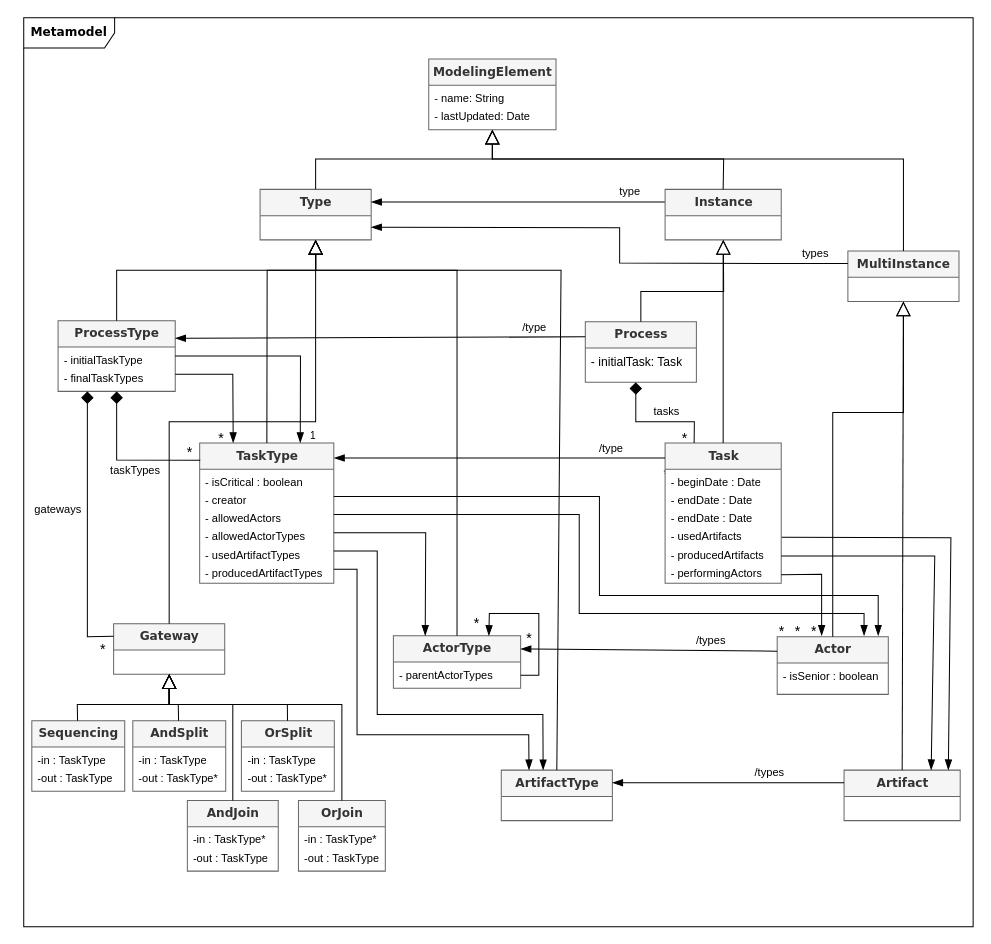
The draw.io diagram Figures/Metamodel.drawio in labsticc-p4s/multi-process-challenge, before the edit. Source tidied: cells renumbered, new cells numbered last; positions are measured from the earlier drawing's top-left corner, leaving out a move shared by most shapes. Both pictures are drawn from the tidied source at 101%, with x=0, y=0 at pixel (23, 17).
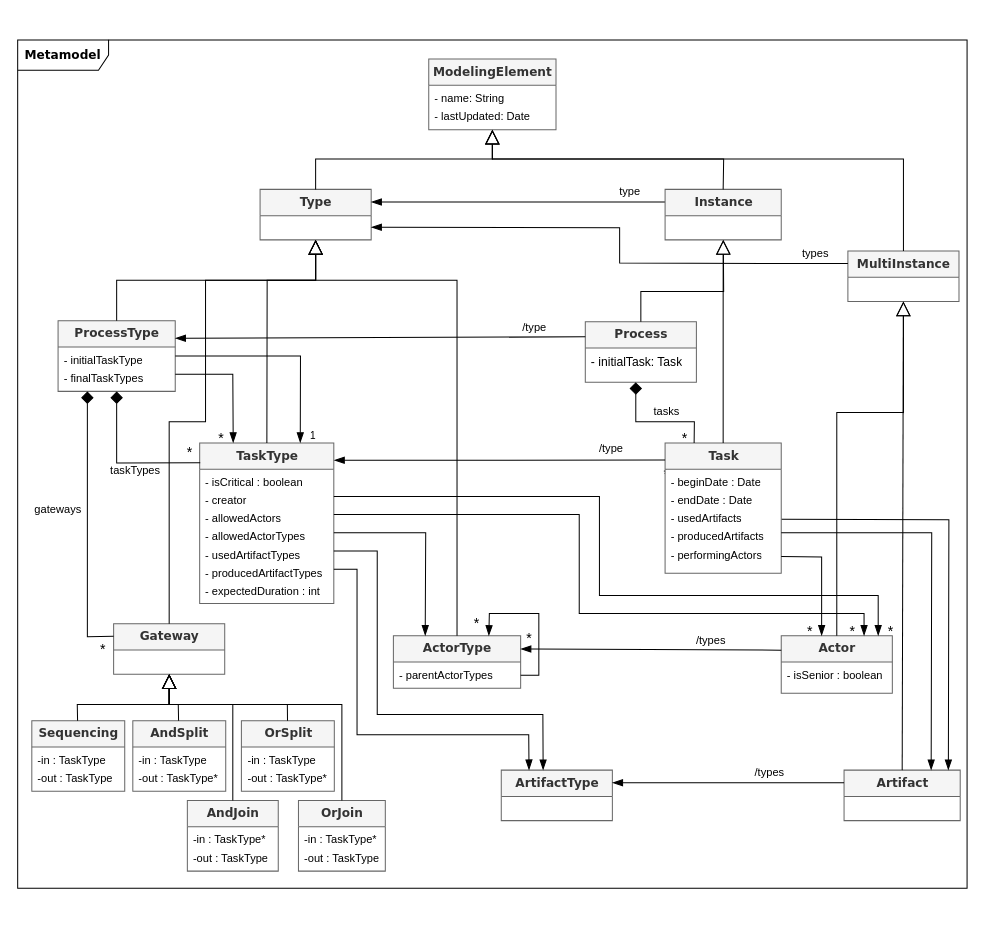
The same page after the edit.

Unchanged cells that the change refers to:
```xml
<mxCell id="15" value="&lt;font style=&quot;font-size: 12px&quot;&gt;&lt;b&gt;Type&lt;/b&gt;&lt;/font&gt;" style="swimlane;html=1;fontStyle=0;horizontal=1;startSize=26;fillColor=#f5f5f5;swimlaneFillColor=#ffffff;rounded=0;shadow=0;comic=0;labelBackgroundColor=none;strokeWidth=1;fontFamily=Verdana;fontSize=10;align=center;strokeColor=#666666;fontColor=#333333;" parent="1" vertex="1">
  <mxGeometry x="234" y="170" width="110" height="50" as="geometry" />
</mxCell>
<mxCell id="18" value="&lt;div style=&quot;font-size: 12px&quot;&gt;&lt;font style=&quot;font-size: 12px&quot;&gt;&lt;b&gt;MultiInstance&lt;/b&gt;&lt;/font&gt;&lt;/div&gt;" style="swimlane;html=1;fontStyle=0;horizontal=1;startSize=26;fillColor=#f5f5f5;swimlaneFillColor=#ffffff;rounded=0;shadow=0;comic=0;labelBackgroundColor=none;strokeWidth=1;fontFamily=Verdana;fontSize=10;align=center;strokeColor=#666666;fontColor=#333333;" parent="1" vertex="1">
  <mxGeometry x="816" y="231" width="110" height="50" as="geometry" />
</mxCell>
<mxCell id="25" value="&lt;font style=&quot;font-size: 12px&quot;&gt;&lt;b&gt;ProcessType&lt;/b&gt;&lt;/font&gt;" style="swimlane;html=1;fontStyle=0;horizontal=1;startSize=26;fillColor=#f5f5f5;swimlaneFillColor=#ffffff;rounded=0;shadow=0;comic=0;labelBackgroundColor=none;strokeWidth=1;fontFamily=Verdana;fontSize=10;align=center;strokeColor=#666666;fontColor=#333333;" parent="1" vertex="1">
  <mxGeometry x="34" y="300" width="116" height="70" as="geometry" />
</mxCell>
<mxCell id="37" value="&lt;font style=&quot;font-size: 12px&quot;&gt;&lt;b&gt;Gateway&lt;/b&gt;&lt;/font&gt;" style="swimlane;html=1;fontStyle=0;horizontal=1;startSize=26;fillColor=#f5f5f5;swimlaneFillColor=#ffffff;rounded=0;shadow=0;comic=0;labelBackgroundColor=none;strokeWidth=1;fontFamily=Verdana;fontSize=10;align=center;strokeColor=#666666;fontColor=#333333;" parent="1" vertex="1">
  <mxGeometry x="89" y="600" width="110" height="50" as="geometry" />
</mxCell>
<mxCell id="40" value="&lt;font style=&quot;font-size: 12px&quot;&gt;&lt;b&gt;ActorType&lt;/b&gt;&lt;/font&gt;" style="swimlane;html=1;fontStyle=0;horizontal=1;startSize=26;fillColor=#f5f5f5;swimlaneFillColor=#ffffff;rounded=0;shadow=0;comic=0;labelBackgroundColor=none;strokeWidth=1;fontFamily=Verdana;fontSize=10;align=center;strokeColor=#666666;fontColor=#333333;" parent="1" vertex="1">
  <mxGeometry x="366" y="612" width="126" height="52" as="geometry" />
</mxCell>
<mxCell id="42" value="&lt;div style=&quot;font-size: 12px&quot;&gt;&lt;font style=&quot;font-size: 12px&quot;&gt;&lt;b&gt;ArtifactType&lt;/b&gt;&lt;/font&gt;&lt;/div&gt;" style="swimlane;html=1;fontStyle=0;horizontal=1;startSize=26;fillColor=#f5f5f5;swimlaneFillColor=#ffffff;rounded=0;shadow=0;comic=0;labelBackgroundColor=none;strokeWidth=1;fontFamily=Verdana;fontSize=10;align=center;strokeColor=#666666;fontColor=#333333;" parent="1" vertex="1">
  <mxGeometry x="472.8" y="745" width="110" height="50" as="geometry" />
</mxCell>
<mxCell id="67" value="&lt;font style=&quot;font-size: 12px&quot;&gt;&lt;b&gt;Artifact&lt;/b&gt;&lt;/font&gt;" style="swimlane;html=1;fontStyle=0;horizontal=1;startSize=26;fillColor=#f5f5f5;swimlaneFillColor=#ffffff;rounded=0;shadow=0;comic=0;labelBackgroundColor=none;strokeWidth=1;fontFamily=Verdana;fontSize=10;align=center;strokeColor=#666666;fontColor=#333333;" parent="1" vertex="1">
  <mxGeometry x="812.2" y="745" width="115" height="50" as="geometry" />
</mxCell>
```

The edit, as a diff of the source:
```diff
@@
+    <mxCell id="11" value="&lt;b&gt;&lt;font style=&quot;font-size: 12px&quot;&gt;Metamodel&lt;/font&gt;&lt;/b&gt;" style="shape=umlFrame;whiteSpace=wrap;html=1;rounded=0;shadow=0;comic=0;labelBackgroundColor=none;strokeWidth=1;fontFamily=Verdana;fontSize=10;align=center;width=90;height=30;" parent="1" vertex="1">
+      <mxGeometry x="-6" y="22" width="940" height="840" as="geometry" />
+    </mxCell>
     <mxCell id="2" value="&lt;font style=&quot;font-size: 14px&quot;&gt;*&lt;/font&gt;" style="edgeLabel;html=1;align=left;verticalAlign=bottom;" parent="1" vertex="1">
-      <mxGeometry x="774" y="633" as="geometry">
+      <mxGeometry x="770" y="633" as="geometry">
         <mxPoint x="4" y="-15" as="offset" />
       </mxGeometry>
     </mxCell>
     <mxCell id="3" value="&lt;font style=&quot;font-size: 14px&quot;&gt;*&lt;/font&gt;" style="edgeLabel;html=1;align=left;verticalAlign=bottom;" parent="1" vertex="1">
-      <mxGeometry x="758" y="633" as="geometry">
+      <mxGeometry x="812.2" y="633" as="geometry">
         <mxPoint x="4" y="-15" as="offset" />
       </mxGeometry>
     </mxCell>
     <mxCell id="4" value="&lt;font style=&quot;font-size: 14px&quot;&gt;*&lt;/font&gt;" style="edgeLabel;html=1;align=left;verticalAlign=bottom;" parent="1" vertex="1">
-      <mxGeometry x="742" y="633" as="geometry">
+      <mxGeometry x="850" y="633" as="geometry">
         <mxPoint x="4" y="-15" as="offset" />
       </mxGeometry>
     </mxCell>
@@
-    <mxCell id="11" value="&lt;b&gt;&lt;font style=&quot;font-size: 12px&quot;&gt;Metamodel&lt;/font&gt;&lt;/b&gt;" style="shape=umlFrame;whiteSpace=wrap;html=1;rounded=0;shadow=0;comic=0;labelBackgroundColor=none;strokeWidth=1;fontFamily=Verdana;fontSize=10;align=center;width=90;height=30;" parent="1" vertex="1">
-      <mxGeometry width="940" height="900" as="geometry" />
-    </mxCell>
@@
     <mxCell id="28" style="endArrow=block;endSize=12;endFill=0;html=1;rounded=0;exitX=0.5;exitY=0;exitDx=0;exitDy=0;" parent="1" edge="1" source="25" target="15">
       <mxGeometry relative="1" as="geometry">
         <Array as="points">
-          <mxPoint x="92" y="250" />
-          <mxPoint x="289" y="250" />
+          <mxPoint x="92" y="260" />
+          <mxPoint x="190" y="260" />
+          <mxPoint x="289" y="260" />
         </Array>
       </mxGeometry>
     </mxCell>
     <mxCell id="29" value="&lt;font style=&quot;font-size: 12px&quot;&gt;&lt;b&gt;TaskType&lt;/b&gt;&lt;/font&gt;" style="swimlane;html=1;fontStyle=0;horizontal=1;startSize=26;fillColor=#f5f5f5;swimlaneFillColor=#ffffff;rounded=0;shadow=0;comic=0;labelBackgroundColor=none;strokeWidth=1;fontFamily=Verdana;fontSize=10;align=center;strokeColor=#666666;fontColor=#333333;" parent="1" vertex="1">
-      <mxGeometry x="174.2" y="421" width="132.8" height="139" as="geometry" />
+      <mxGeometry x="174.2" y="421" width="132.8" height="159" as="geometry" />
     </mxCell>
@@
+    <mxCell id="107" value="- expectedDuration : int" style="text;html=1;strokeColor=none;fillColor=none;align=left;verticalAlign=top;spacingLeft=4;spacingRight=4;whiteSpace=wrap;overflow=hidden;fontSize=11;" parent="29" vertex="1">
+      <mxGeometry y="134" width="132.8" height="18" as="geometry" />
+    </mxCell>
     <mxCell id="36" style="endArrow=block;endSize=12;endFill=0;html=1;rounded=0;" parent="1" edge="1" source="29" target="15">
       <mxGeometry relative="1" as="geometry">
         <Array as="points">
-          <mxPoint x="241" y="250" />
-          <mxPoint x="289" y="250" />
+          <mxPoint x="241" y="260" />
+          <mxPoint x="289" y="260" />
         </Array>
       </mxGeometry>
     </mxCell>
@@
     <mxCell id="38" style="endArrow=block;endSize=12;endFill=0;html=1;rounded=0;exitX=0.5;exitY=0;exitDx=0;exitDy=0;" parent="1" edge="1" source="37" target="15">
       <mxGeometry relative="1" as="geometry">
         <Array as="points">
           <mxPoint x="144" y="400" />
-          <mxPoint x="289" y="400" />
+          <mxPoint x="180" y="400" />
+          <mxPoint x="180" y="260" />
+          <mxPoint x="289" y="260" />
         </Array>
       </mxGeometry>
     </mxCell>
@@
     <mxCell id="43" style="endArrow=block;endSize=12;endFill=0;html=1;rounded=0;exitX=0.5;exitY=0;exitDx=0;exitDy=0;" parent="1" edge="1" source="40" target="15">
       <mxGeometry relative="1" as="geometry">
         <Array as="points">
-          <mxPoint x="429" y="250" />
-          <mxPoint x="289" y="250" />
+          <mxPoint x="429" y="260" />
+          <mxPoint x="289" y="260" />
         </Array>
       </mxGeometry>
     </mxCell>
-    <mxCell id="44" style="endArrow=block;endSize=12;endFill=0;html=1;rounded=0;exitX=0.5;exitY=0;exitDx=0;exitDy=0;" parent="1" edge="1" source="42" target="15">
-      <mxGeometry relative="1" as="geometry">
-        <Array as="points">
-          <mxPoint x="532" y="250" />
-          <mxPoint x="289" y="250" />
-        </Array>
-      </mxGeometry>
-    </mxCell>
@@
     <mxCell id="52" value="&lt;font style=&quot;font-size: 12px&quot;&gt;&lt;b&gt;Task&lt;/b&gt;&lt;/font&gt;" style="swimlane;html=1;fontStyle=0;horizontal=1;startSize=26;fillColor=#f5f5f5;swimlaneFillColor=#ffffff;rounded=0;shadow=0;comic=0;labelBackgroundColor=none;strokeWidth=1;fontFamily=Verdana;fontSize=10;align=center;strokeColor=#666666;fontColor=#333333;" parent="1" vertex="1">
-      <mxGeometry x="635" y="421" width="115" height="139" as="geometry" />
+      <mxGeometry x="635" y="421" width="115" height="129" as="geometry" />
     </mxCell>
@@
-    <mxCell id="55" value="- endDate : Date" style="text;html=1;strokeColor=none;fillColor=none;align=left;verticalAlign=top;spacingLeft=4;spacingRight=4;whiteSpace=wrap;overflow=hidden;fontSize=11;" parent="52" vertex="1">
-      <mxGeometry y="62" width="115" height="18" as="geometry" />
-    </mxCell>
     <mxCell id="56" value="- usedArtifacts" style="text;html=1;strokeColor=none;fillColor=none;align=left;verticalAlign=top;spacingLeft=4;spacingRight=4;whiteSpace=wrap;overflow=hidden;points=[[0,0.5],[1,0.5]];portConstraint=eastwest;fontSize=11;" parent="52" vertex="1">
-      <mxGeometry y="80" width="115" height="18" as="geometry" />
+      <mxGeometry y="62" width="115" height="18" as="geometry" />
     </mxCell>
     <mxCell id="57" value="- producedArtifacts" style="text;html=1;strokeColor=none;fillColor=none;align=left;verticalAlign=top;spacingLeft=4;spacingRight=4;whiteSpace=wrap;overflow=hidden;points=[[0,0.5],[1,0.5]];portConstraint=eastwest;fontSize=11;" parent="52" vertex="1">
-      <mxGeometry y="98" width="115" height="18" as="geometry" />
+      <mxGeometry y="80" width="115" height="18" as="geometry" />
     </mxCell>
     <mxCell id="58" value="- performingActors" style="text;html=1;strokeColor=none;fillColor=none;align=left;verticalAlign=top;spacingLeft=4;spacingRight=4;whiteSpace=wrap;overflow=hidden;points=[[0,0.5],[1,0.5]];portConstraint=eastwest;fontSize=11;" parent="52" vertex="1">
-      <mxGeometry y="116" width="115" height="18" as="geometry" />
+      <mxGeometry y="98" width="115" height="18" as="geometry" />
     </mxCell>
@@
-    <mxCell id="61" style="edgeStyle=none;rounded=0;jettySize=auto;html=1;exitX=0;exitY=0.108;exitDx=0;exitDy=0;endArrow=blockThin;endFill=1;endSize=8;entryX=1.002;entryY=0.108;entryDx=0;entryDy=0;entryPerimeter=0;exitPerimeter=0;" parent="1" edge="1" source="52" target="29">
-      <mxGeometry relative="1" as="geometry" />
+    <mxCell id="61" style="edgeStyle=none;rounded=0;jettySize=auto;html=1;endArrow=blockThin;endFill=1;endSize=8;entryX=1.002;entryY=0.108;entryDx=0;entryDy=0;entryPerimeter=0;" parent="1" edge="1" target="29">
+      <mxGeometry relative="1" as="geometry">
+        <mxPoint x="635" y="438" as="sourcePoint" />
+      </mxGeometry>
     </mxCell>
@@
     <mxCell id="63" value="&lt;font style=&quot;font-size: 12px&quot;&gt;&lt;b&gt;Actor&lt;/b&gt;&lt;/font&gt;" style="swimlane;html=1;fontStyle=0;horizontal=1;startSize=26;fillColor=#f5f5f5;swimlaneFillColor=#ffffff;rounded=0;shadow=0;comic=0;labelBackgroundColor=none;strokeWidth=1;fontFamily=Verdana;fontSize=10;align=center;strokeColor=#666666;fontColor=#333333;" parent="1" vertex="1">
-      <mxGeometry x="746" y="613" width="110" height="57" as="geometry" />
+      <mxGeometry x="750" y="612" width="110" height="57" as="geometry" />
     </mxCell>
@@
-    <mxCell id="72" style="endArrow=block;endSize=12;endFill=0;html=1;rounded=0;" parent="1" edge="1" source="63" target="18">
+    <mxCell id="72" style="endArrow=block;endSize=12;endFill=0;html=1;rounded=0;exitX=0.5;exitY=0;exitDx=0;exitDy=0;" parent="1" edge="1" source="63" target="18">
       <mxGeometry relative="1" as="geometry">
         <Array as="points">
-          <mxPoint x="801" y="391" />
+          <mxPoint x="805" y="391" />
           <mxPoint x="871" y="391" />
         </Array>
       </mxGeometry>
     </mxCell>
@@
     <mxCell id="97" style="edgeStyle=none;rounded=0;jettySize=auto;html=1;endArrow=none;endFill=0;endSize=10;startArrow=diamond;startFill=1;startSize=10;entryX=0.004;entryY=0.123;entryDx=0;entryDy=0;entryPerimeter=0;exitX=0.5;exitY=1;exitDx=0;exitDy=0;" parent="1" edge="1" source="25" target="29">
       <mxGeometry relative="1" as="geometry">
         <Array as="points">
-          <mxPoint x="92" y="438" />
+          <mxPoint x="92" y="441" />
         </Array>
       </mxGeometry>
     </mxCell>
@@
     <mxCell id="102" style="edgeStyle=none;rounded=0;jettySize=auto;html=1;endArrow=blockThin;endFill=1;endSize=8;exitX=1;exitY=0.806;exitDx=0;exitDy=0;exitPerimeter=0;" parent="1" edge="1" source="58">
       <mxGeometry relative="1" as="geometry">
         <mxPoint x="790" y="612" as="targetPoint" />
         <Array as="points">
-          <mxPoint x="790" y="551" />
+          <mxPoint x="790" y="534" />
         </Array>
       </mxGeometry>
     </mxCell>
     <mxCell id="103" style="edgeStyle=none;rounded=0;jettySize=auto;html=1;endArrow=blockThin;endFill=1;endSize=8;entryX=0.898;entryY=0;entryDx=0;entryDy=0;entryPerimeter=0;exitX=1.004;exitY=0.75;exitDx=0;exitDy=0;exitPerimeter=0;" parent="1" edge="1" source="56" target="67">
       <mxGeometry relative="1" as="geometry">
         <Array as="points">
-          <mxPoint x="918" y="515" />
+          <mxPoint x="916" y="497" />
         </Array>
       </mxGeometry>
     </mxCell>
-    <mxCell id="104" style="edgeStyle=none;rounded=0;jettySize=auto;html=1;exitX=1;exitY=0.5;exitDx=0;exitDy=0;endArrow=blockThin;endFill=1;endSize=8;entryX=0.75;entryY=0;entryDx=0;entryDy=0;" parent="1" edge="1" target="67">
+    <mxCell id="104" style="edgeStyle=none;rounded=0;jettySize=auto;html=1;endArrow=blockThin;endFill=1;endSize=8;entryX=0.75;entryY=0;entryDx=0;entryDy=0;exitX=1;exitY=0.5;exitDx=0;exitDy=0;" parent="1" edge="1" source="57" target="67">
       <mxGeometry relative="1" as="geometry">
-        <mxPoint x="750" y="533" as="sourcePoint" />
         <Array as="points">
-          <mxPoint x="902" y="533" />
+          <mxPoint x="899" y="510" />
         </Array>
       </mxGeometry>
     </mxCell>
```
